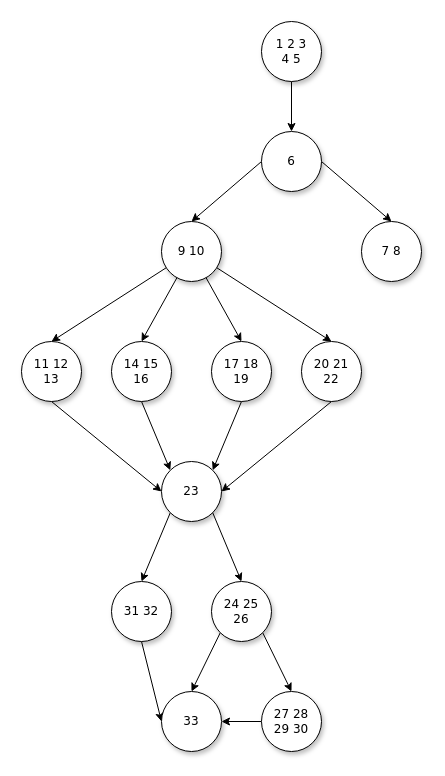
This is Testing Flow/Aaron/Graphic.drawio from Saelra/StockNotifier, a draw.io file, before an edit. Source tidied: cells renumbered, new cells numbered last; positions are measured from the earlier drawing's top-left corner, leaving out a move shared by most shapes. Both pictures are drawn from the tidied source at 100%, with x=0, y=0 at pixel (21, 21).
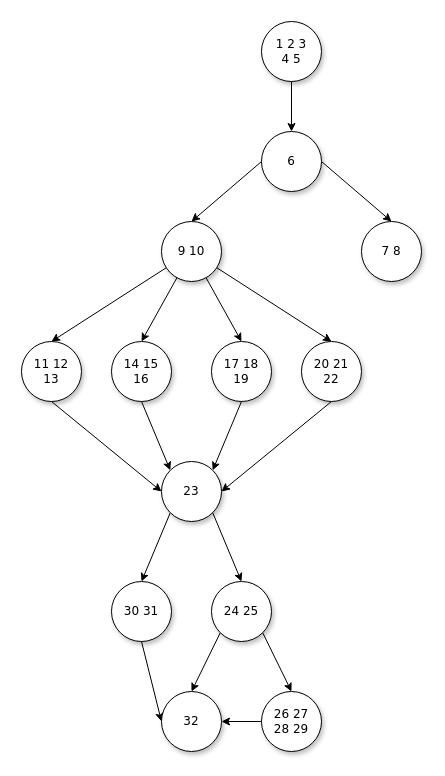
Above is the later version.

Commit message (it also covers changes not shown here):
Fixed chart, price, and date rendering. Removed logging and fixed async storage for dates. Updated graphic.

What changed in the source:
```diff
@@
-    <mxCell id="25" value="31 32" style="ellipse;whiteSpace=wrap;html=1;rounded=0;shadow=1;comic=0;labelBackgroundColor=none;strokeWidth=1;fontFamily=Verdana;fontSize=12;align=center;" parent="1" vertex="1">
+    <mxCell id="25" value="30 31" style="ellipse;whiteSpace=wrap;html=1;rounded=0;shadow=1;comic=0;labelBackgroundColor=none;strokeWidth=1;fontFamily=Verdana;fontSize=12;align=center;" parent="1" vertex="1">
       <mxGeometry x="90" y="560" width="60" height="60" as="geometry" />
     </mxCell>
-    <mxCell id="26" value="33" style="ellipse;whiteSpace=wrap;html=1;rounded=0;shadow=1;comic=0;labelBackgroundColor=none;strokeWidth=1;fontFamily=Verdana;fontSize=12;align=center;" parent="1" vertex="1">
+    <mxCell id="26" value="32" style="ellipse;whiteSpace=wrap;html=1;rounded=0;shadow=1;comic=0;labelBackgroundColor=none;strokeWidth=1;fontFamily=Verdana;fontSize=12;align=center;" parent="1" vertex="1">
       <mxGeometry x="140" y="670" width="60" height="60" as="geometry" />
     </mxCell>
@@
-    <mxCell id="29" value="24 25&lt;br&gt;26" style="ellipse;whiteSpace=wrap;html=1;rounded=0;shadow=1;comic=0;labelBackgroundColor=none;strokeWidth=1;fontFamily=Verdana;fontSize=12;align=center;" parent="1" vertex="1">
+    <mxCell id="29" value="24 25" style="ellipse;whiteSpace=wrap;html=1;rounded=0;shadow=1;comic=0;labelBackgroundColor=none;strokeWidth=1;fontFamily=Verdana;fontSize=12;align=center;" parent="1" vertex="1">
       <mxGeometry x="190" y="560" width="60" height="60" as="geometry" />
     </mxCell>
@@
-    <mxCell id="31" value="27 28&lt;br&gt;29 30" style="ellipse;whiteSpace=wrap;html=1;rounded=0;shadow=1;comic=0;labelBackgroundColor=none;strokeWidth=1;fontFamily=Verdana;fontSize=12;align=center;" parent="1" vertex="1">
+    <mxCell id="31" value="26 27&lt;br&gt;28 29" style="ellipse;whiteSpace=wrap;html=1;rounded=0;shadow=1;comic=0;labelBackgroundColor=none;strokeWidth=1;fontFamily=Verdana;fontSize=12;align=center;" parent="1" vertex="1">
       <mxGeometry x="240" y="670" width="60" height="60" as="geometry" />
     </mxCell>
```
